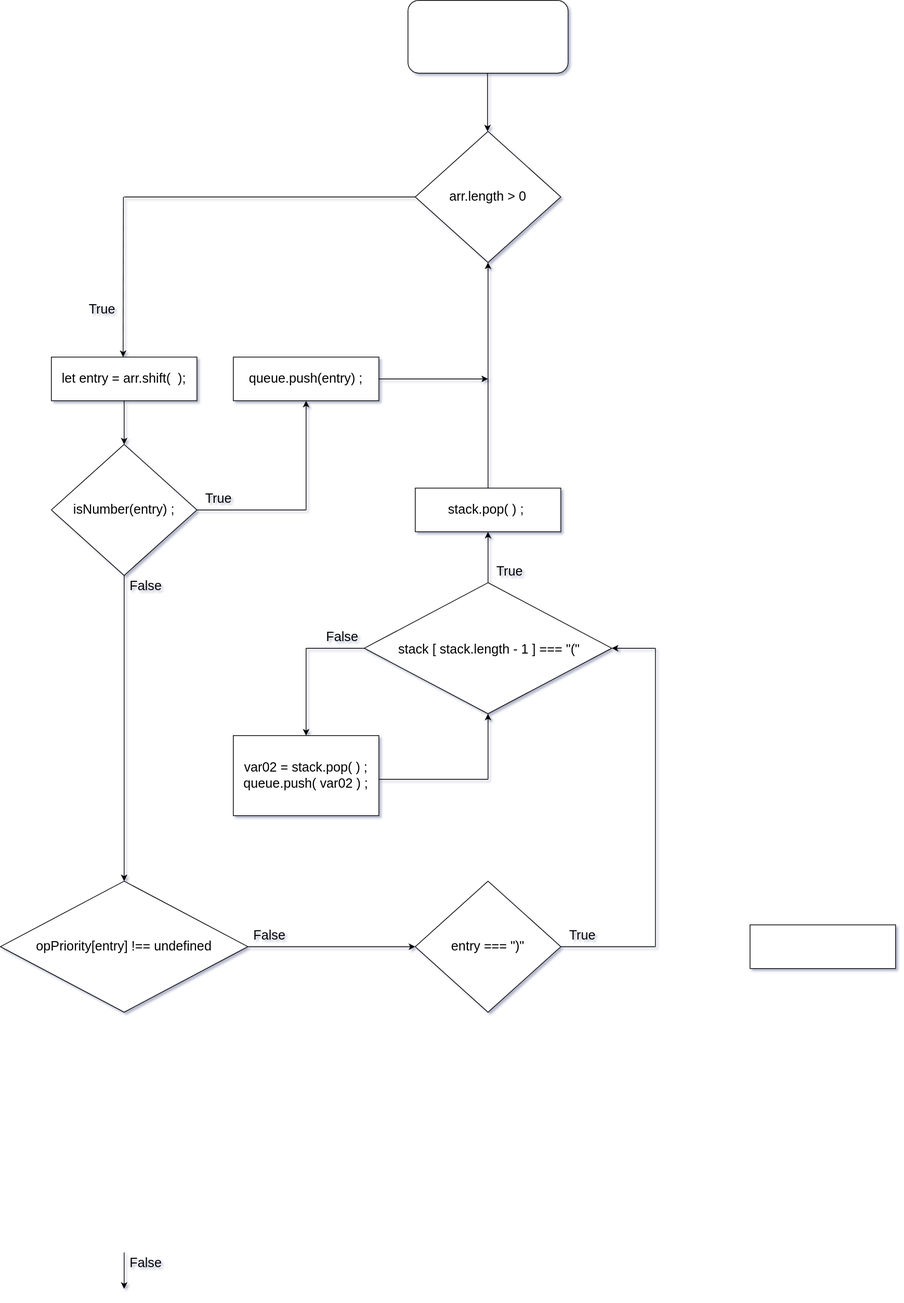
This is Untitled Diagram.drawio.svg from jcgm3205/jcgm3205, a draw.io export, as it was before one commit. Source tidied: cells renumbered, new cells last; positions are measured from the earlier drawing's top-left corner, leaving out a move shared by most shapes.
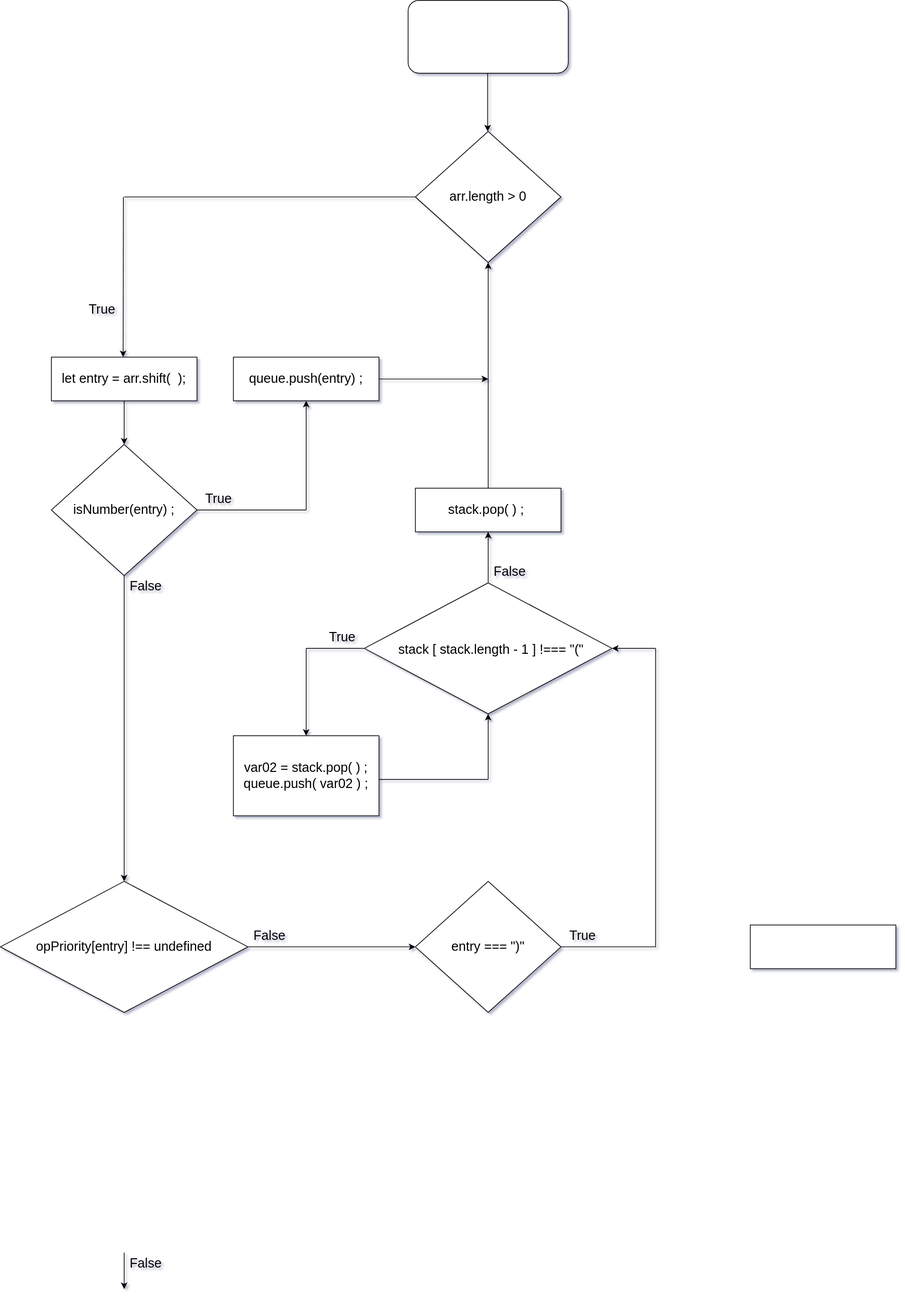
Above is the later version.

Diff of the diagram source:
```diff
@@ -83,7 +83,7 @@
     <mxCell id="24" style="rhombus;whiteSpace=wrap;html=1;fontSize=14;" parent="1" vertex="1">
       <mxGeometry x="500" y="800" width="340" height="180" as="geometry" />
     </mxCell>
-    <mxCell id="25" value="stack [ stack.length - 1 ] === &quot;(&quot;" style="text;whiteSpace=wrap;html=1;fontSize=18;" parent="1" vertex="1">
+    <mxCell id="25" value="stack [ stack.length - 1 ] !=== &quot;(&quot;" style="text;whiteSpace=wrap;html=1;fontSize=18;" parent="1" vertex="1">
       <mxGeometry x="545" y="875" width="270" height="40" as="geometry" />
     </mxCell>
     <mxCell id="26" style="endArrow=classic;html=1;rounded=0;fontSize=18;exitX=0.5;exitY=0;exitDx=0;exitDy=0;entryX=0.5;entryY=1;entryDx=0;entryDy=0;" parent="1" edge="1" source="24" target="27">
@@ -154,7 +154,7 @@
       <mxGeometry x="770" y="1270" width="60" height="30" as="geometry" />
     </mxCell>
     <mxCell id="41" value="True" style="text;html=1;strokeColor=none;fillColor=none;align=center;verticalAlign=middle;whiteSpace=wrap;rounded=0;fontSize=18;" parent="1" vertex="1">
-      <mxGeometry x="670" y="770" width="60" height="30" as="geometry" />
+      <mxGeometry x="440" y="860" width="60" height="30" as="geometry" />
     </mxCell>
     <mxCell id="42" value="stack.pop( ) ;&amp;nbsp;" style="text;html=1;strokeColor=none;fillColor=none;align=center;verticalAlign=middle;whiteSpace=wrap;rounded=0;fontSize=18;" parent="1" vertex="1">
       <mxGeometry x="570" y="685" width="200" height="30" as="geometry" />
@@ -170,9 +170,6 @@
         <mxPoint x="420" y="890" as="sourcePoint" />
       </mxGeometry>
     </mxCell>
-    <mxCell id="45" value="False" style="text;html=1;strokeColor=none;fillColor=none;align=center;verticalAlign=middle;whiteSpace=wrap;rounded=0;fontSize=18;" parent="1" vertex="1">
-      <mxGeometry x="440" y="860" width="60" height="30" as="geometry" />
-    </mxCell>
     <mxCell id="46" value="var02 = stack.pop( ) ;&lt;br&gt;queue.push( var02 ) ;" style="text;html=1;strokeColor=none;fillColor=none;align=center;verticalAlign=middle;whiteSpace=wrap;rounded=0;fontSize=18;" parent="1" vertex="1">
       <mxGeometry x="320" y="1010" width="200" height="110" as="geometry" />
     </mxCell>
@@ -187,5 +184,8 @@
         <mxPoint x="670" y="1070" as="sourcePoint" />
       </mxGeometry>
     </mxCell>
+    <mxCell id="45" value="False" style="text;html=1;strokeColor=none;fillColor=none;align=center;verticalAlign=middle;whiteSpace=wrap;rounded=0;fontSize=18;" parent="1" vertex="1">
+      <mxGeometry x="670" y="770" width="60" height="30" as="geometry" />
+    </mxCell>
   </root>
 </mxGraphModel>
```
